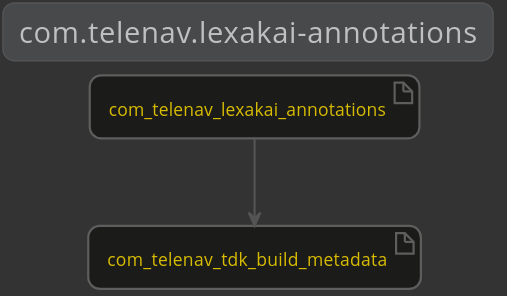
Telenav/lexakai keeps this PlantUML diagram as annotations/documentation/diagrams/dependencies.svg. Above is the earlier version. Source of this version:
```plantuml
@startuml

    !include ../lexakai.theme

    title "com.telenav.lexakai-annotations"

    artifact com_telenav_lexakai_annotations
    artifact com_telenav_tdk_build_metadata
    com_telenav_lexakai_annotations --> com_telenav_tdk_build_metadata

@enduml
```
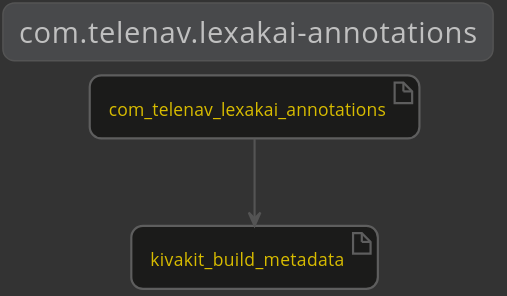
After the change.

What changed in the source:
```diff
@@ -4,8 +4,8 @@
 
     title "com.telenav.lexakai-annotations"
 
+    artifact kivakit_build_metadata
     artifact com_telenav_lexakai_annotations
-    artifact com_telenav_tdk_build_metadata
-    com_telenav_lexakai_annotations --> com_telenav_tdk_build_metadata
+    com_telenav_lexakai_annotations --> kivakit_build_metadata
 
 @enduml
```
